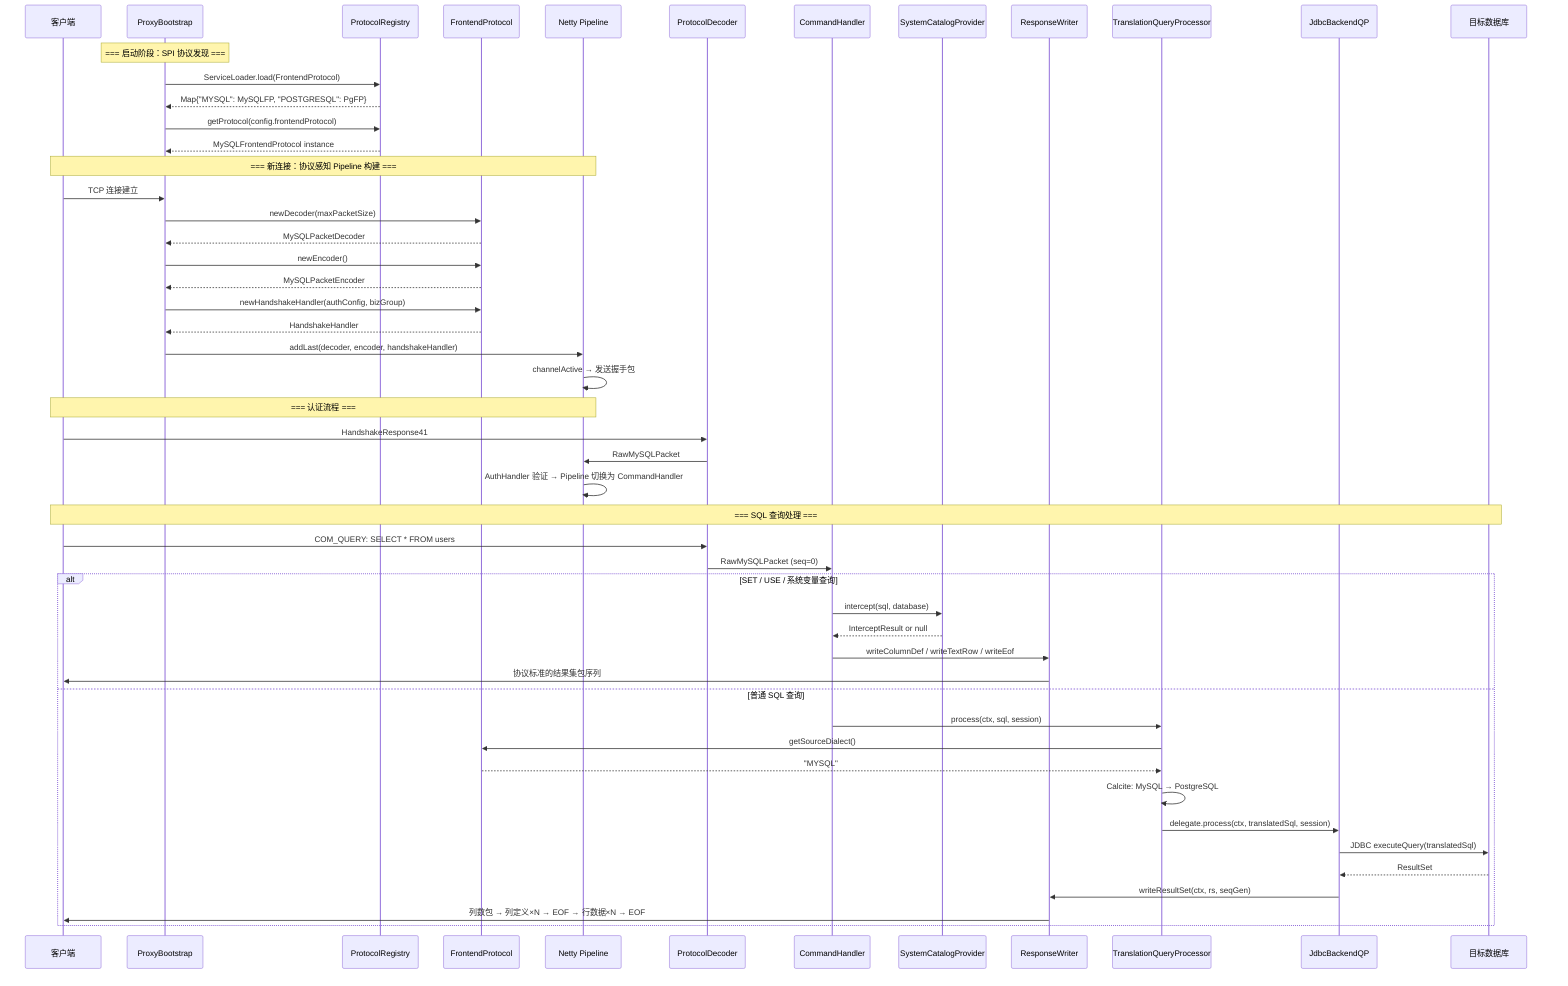
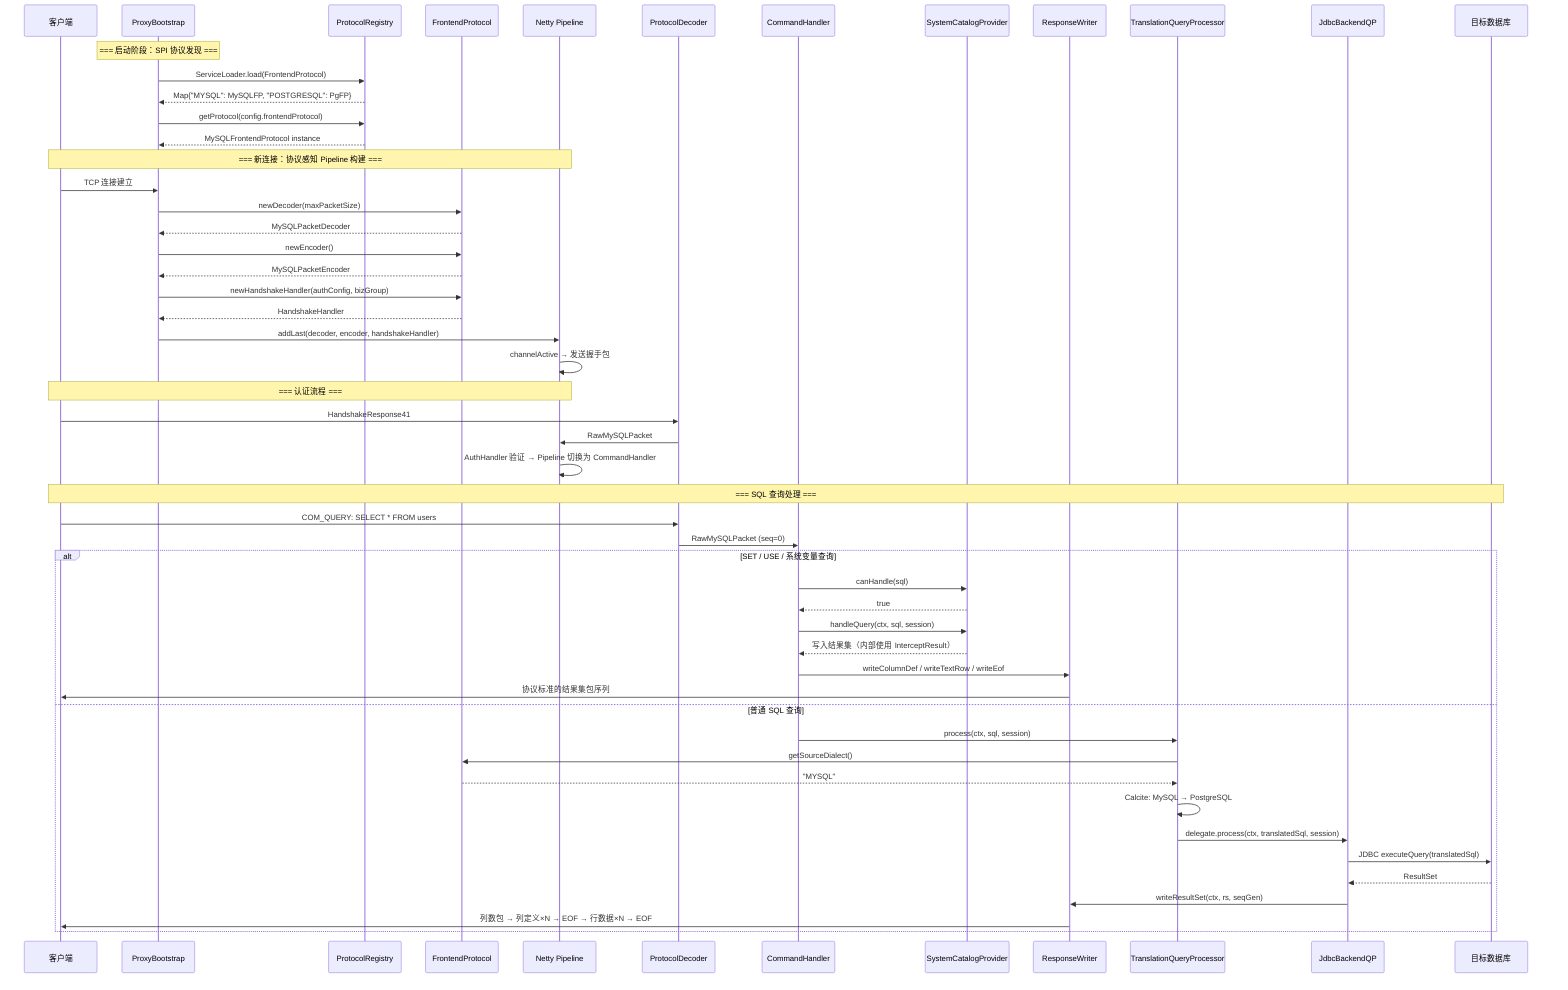
sequenceDiagram
    participant Client as 客户端
    participant Bootstrap as ProxyBootstrap
    participant Registry as ProtocolRegistry
    participant Protocol as FrontendProtocol
    participant Pipeline as Netty Pipeline
    participant Decoder as ProtocolDecoder
    participant CmdHandler as CommandHandler
    participant SysCatalog as SystemCatalogProvider
    participant RespWriter as ResponseWriter
    participant TransQP as TranslationQueryProcessor
    participant Backend as JdbcBackendQP
    participant DB as 目标数据库

    Note over Bootstrap: === 启动阶段：SPI 协议发现 ===
    Bootstrap->>Registry: ServiceLoader.load(FrontendProtocol)
    Registry-->>Bootstrap: Map{"MYSQL": MySQLFP, "POSTGRESQL": PgFP}
    Bootstrap->>Registry: getProtocol(config.frontendProtocol)
    Registry-->>Bootstrap: MySQLFrontendProtocol instance

    Note over Client, Pipeline: === 新连接：协议感知 Pipeline 构建 ===
    Client->>Bootstrap: TCP 连接建立
    Bootstrap->>Protocol: newDecoder(maxPacketSize)
    Protocol-->>Bootstrap: MySQLPacketDecoder
    Bootstrap->>Protocol: newEncoder()
    Protocol-->>Bootstrap: MySQLPacketEncoder
    Bootstrap->>Protocol: newHandshakeHandler(authConfig, bizGroup)
    Protocol-->>Bootstrap: HandshakeHandler

    Bootstrap->>Pipeline: addLast(decoder, encoder, handshakeHandler)
    Pipeline->>Pipeline: channelActive → 发送握手包

    Note over Client, Pipeline: === 认证流程 ===
    Client->>Decoder: HandshakeResponse41
    Decoder->>Pipeline: RawMySQLPacket
    Pipeline->>Pipeline: AuthHandler 验证 → Pipeline 切换为 CommandHandler

    Note over Client, DB: === SQL 查询处理 ===
    Client->>Decoder: COM_QUERY: SELECT * FROM users
    Decoder->>CmdHandler: RawMySQLPacket (seq=0)

    alt SET / USE / 系统变量查询
-         CmdHandler->>SysCatalog: intercept(sql, database)
-         SysCatalog-->>CmdHandler: InterceptResult or null
+         CmdHandler->>SysCatalog: canHandle(sql)
+         SysCatalog-->>CmdHandler: true
+         CmdHandler->>SysCatalog: handleQuery(ctx, sql, session)
+         SysCatalog-->>CmdHandler: 写入结果集（内部使用 InterceptResult）
        CmdHandler->>RespWriter: writeColumnDef / writeTextRow / writeEof
        RespWriter->>Client: 协议标准的结果集包序列
    else 普通 SQL 查询
        CmdHandler->>TransQP: process(ctx, sql, session)
        TransQP->>Protocol: getSourceDialect()
        Protocol-->>TransQP: "MYSQL"
        TransQP->>TransQP: Calcite: MySQL → PostgreSQL
        TransQP->>Backend: delegate.process(ctx, translatedSql, session)
        Backend->>DB: JDBC executeQuery(translatedSql)
        DB-->>Backend: ResultSet
        Backend->>RespWriter: writeResultSet(ctx, rs, seqGen)
        RespWriter->>Client: 列数包 → 列定义×N → EOF → 行数据×N → EOF
    end
